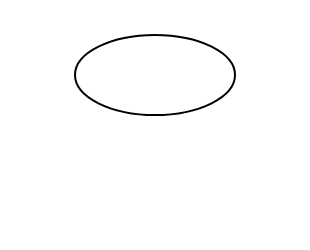
maulliidda/Maulida-FP11 keeps this draw.io diagram as flowchart.drawio. Above is the earlier version. Source tidied: cells renumbered, new cells numbered last; positions are measured from the earlier drawing's top-left corner, leaving out a move shared by most shapes. Both pictures are drawn from the tidied source at 200%, with x=0, y=0 at pixel (74, 34).
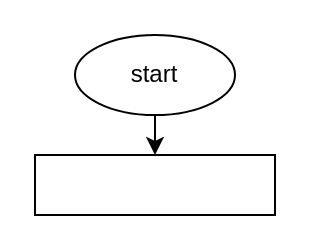
The same diagram, later.

Commit message:
Create an integer variabel

Diff of the diagram source:
```diff
@@
 <mxGraphModel>
   <root>
     <mxCell id="0" />
     <mxCell id="1" parent="0" />
+    <mxCell id="3" style="edgeStyle=none;html=1;" parent="1" edge="1" source="2" target="4">
+      <mxGeometry relative="1" as="geometry" />
+    </mxCell>
-    <mxCell id="2" style="ellipse;whiteSpace=wrap;html=1;" parent="1" vertex="1">
+    <mxCell id="2" value="start" style="ellipse;whiteSpace=wrap;html=1;" parent="1" vertex="1">
       <mxGeometry width="80" height="40" as="geometry" />
     </mxCell>
+    <mxCell id="4" style="whiteSpace=wrap;html=1;" parent="1" vertex="1">
+      <mxGeometry x="-20" y="60" width="120" height="30" as="geometry" />
+    </mxCell>
   </root>
 </mxGraphModel>
```
